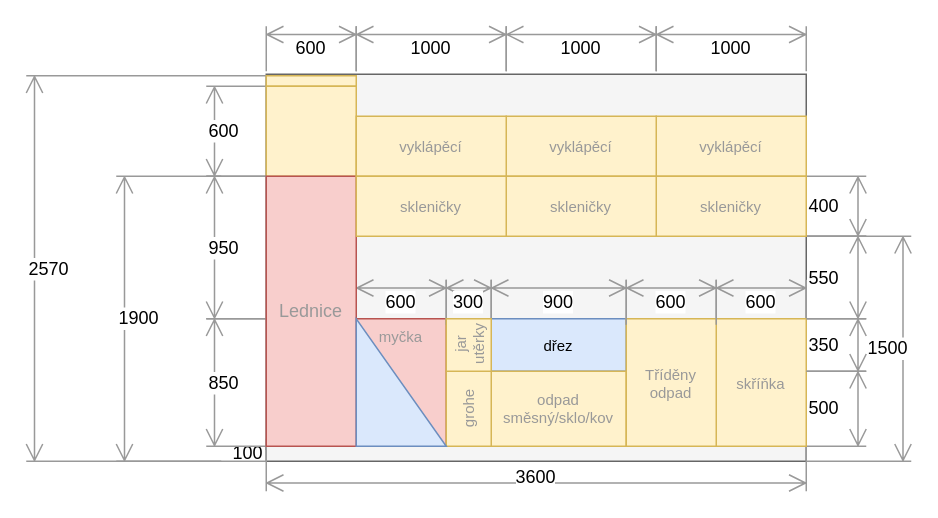
Earlier version of the draw.io diagram docs/src/static/drawings/kitchen.wall-watter.drawio (surquest/flat-renovation). Source tidied: cells renumbered, new cells numbered last; positions are measured from the earlier drawing's top-left corner, leaving out a move shared by most shapes. Both pictures are drawn from the tidied source at 150%, with x=0, y=0 at pixel (26, 26).
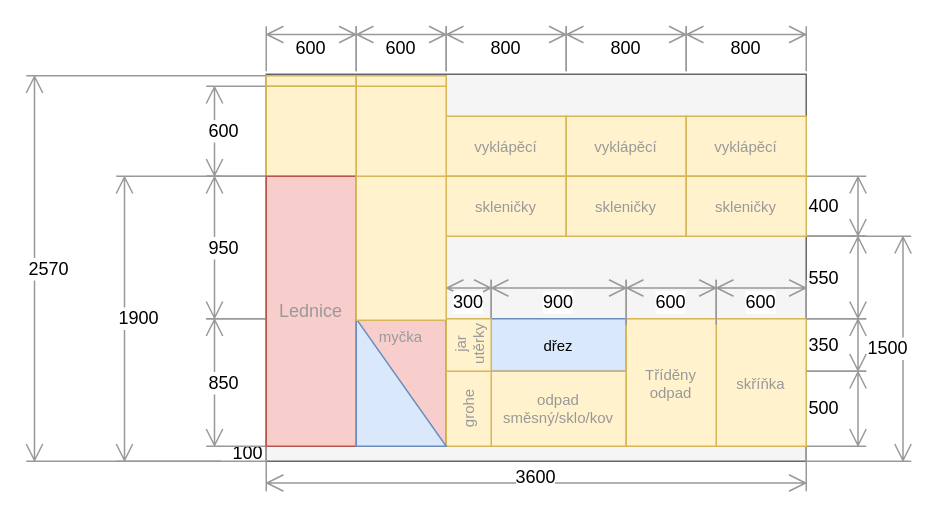
Above is the later version.

Commit message (it also covers changes not shown here):
Redraw kitchen

What changed in the source:
```diff
@@
-    <mxCell id="16" value="1000" style="shape=dimension;direction=west;whiteSpace=wrap;html=1;align=center;verticalAlign=middle;labelBackgroundColor=#ffffff;strokeColor=#999999;" parent="1" vertex="1">
-      <mxGeometry x="220" width="100" height="30" as="geometry" />
-    </mxCell>
-    <mxCell id="17" value="&lt;span style=&quot;color: rgb(153, 153, 153); font-size: 10px;&quot;&gt;vyklápěcí&lt;/span&gt;" style="rounded=0;whiteSpace=wrap;html=1;fillColor=#fff2cc;strokeColor=#d6b656;fontSize=10;" parent="1" vertex="1">
-      <mxGeometry x="420" y="60" width="100" height="40" as="geometry" />
-    </mxCell>
-    <mxCell id="18" value="&lt;span style=&quot;color: rgb(153, 153, 153); font-size: 10px;&quot;&gt;skleničky&lt;/span&gt;" style="rounded=0;whiteSpace=wrap;html=1;fillColor=#fff2cc;strokeColor=#d6b656;fontSize=10;" parent="1" vertex="1">
-      <mxGeometry x="420" y="100" width="100" height="40" as="geometry" />
-    </mxCell>
@@
-    <mxCell id="36" value="1000" style="shape=dimension;direction=west;whiteSpace=wrap;html=1;align=center;verticalAlign=middle;labelBackgroundColor=#ffffff;strokeColor=#999999;" parent="1" vertex="1">
-      <mxGeometry x="320" width="100" height="30" as="geometry" />
+    <mxCell id="36" value="800" style="shape=dimension;direction=west;whiteSpace=wrap;html=1;align=center;verticalAlign=middle;labelBackgroundColor=#ffffff;strokeColor=#999999;" parent="1" vertex="1">
+      <mxGeometry x="280" width="80" height="30" as="geometry" />
     </mxCell>
-    <mxCell id="37" value="1000" style="shape=dimension;direction=west;whiteSpace=wrap;html=1;align=center;verticalAlign=middle;labelBackgroundColor=#ffffff;strokeColor=#999999;" parent="1" vertex="1">
-      <mxGeometry x="420" width="100" height="30" as="geometry" />
-    </mxCell>
     <mxCell id="38" value="&lt;span style=&quot;color: rgb(153, 153, 153); font-size: 10px;&quot;&gt;vyklápěcí&lt;/span&gt;" style="rounded=0;whiteSpace=wrap;html=1;fillColor=#fff2cc;strokeColor=#d6b656;fontSize=10;" parent="1" vertex="1">
-      <mxGeometry x="320" y="60" width="100" height="40" as="geometry" />
+      <mxGeometry x="280" y="60" width="80" height="40" as="geometry" />
     </mxCell>
     <mxCell id="39" value="&lt;span style=&quot;color: rgb(153, 153, 153); font-size: 10px;&quot;&gt;skleničky&lt;/span&gt;" style="rounded=0;whiteSpace=wrap;html=1;fillColor=#fff2cc;strokeColor=#d6b656;fontSize=10;" parent="1" vertex="1">
-      <mxGeometry x="320" y="100" width="100" height="40" as="geometry" />
+      <mxGeometry x="280" y="100" width="80" height="40" as="geometry" />
     </mxCell>
-    <mxCell id="40" value="&lt;span style=&quot;color: rgb(153, 153, 153); font-size: 10px;&quot;&gt;vyklápěcí&lt;/span&gt;" style="rounded=0;whiteSpace=wrap;html=1;fillColor=#fff2cc;strokeColor=#d6b656;fontSize=10;" parent="1" vertex="1">
-      <mxGeometry x="220" y="60" width="100" height="40" as="geometry" />
-    </mxCell>
-    <mxCell id="41" value="&lt;span style=&quot;color: rgb(153, 153, 153); font-size: 10px;&quot;&gt;skleničky&lt;/span&gt;" style="rounded=0;whiteSpace=wrap;html=1;fillColor=#fff2cc;strokeColor=#d6b656;fontSize=10;" parent="1" vertex="1">
-      <mxGeometry x="220" y="100" width="100" height="40" as="geometry" />
-    </mxCell>
+    <mxCell id="42" style="rounded=0;whiteSpace=wrap;html=1;fillColor=#fff2cc;strokeColor=#d6b656;" parent="1" vertex="1">
+      <mxGeometry x="220" y="40" width="60" height="155" as="geometry" />
+    </mxCell>
+    <mxCell id="43" style="rounded=0;whiteSpace=wrap;html=1;fillColor=#fff2cc;strokeColor=#d6b656;" parent="1" vertex="1">
+      <mxGeometry x="220" y="33" width="60" height="7" as="geometry" />
+    </mxCell>
+    <mxCell id="44" value="600" style="shape=dimension;direction=west;whiteSpace=wrap;html=1;align=center;verticalAlign=middle;labelBackgroundColor=#ffffff;strokeColor=#999999;" parent="1" vertex="1">
+      <mxGeometry x="220" width="60" height="30" as="geometry" />
+    </mxCell>
+    <mxCell id="45" value="&lt;span style=&quot;color: rgb(153, 153, 153); font-size: 10px;&quot;&gt;vyklápěcí&lt;/span&gt;" style="rounded=0;whiteSpace=wrap;html=1;fillColor=#fff2cc;strokeColor=#d6b656;fontSize=10;" parent="1" vertex="1">
+      <mxGeometry x="360" y="60" width="80" height="40" as="geometry" />
+    </mxCell>
+    <mxCell id="46" value="&lt;span style=&quot;color: rgb(153, 153, 153); font-size: 10px;&quot;&gt;skleničky&lt;/span&gt;" style="rounded=0;whiteSpace=wrap;html=1;fillColor=#fff2cc;strokeColor=#d6b656;fontSize=10;" parent="1" vertex="1">
+      <mxGeometry x="360" y="100" width="80" height="40" as="geometry" />
+    </mxCell>
+    <mxCell id="47" value="&lt;span style=&quot;color: rgb(153, 153, 153); font-size: 10px;&quot;&gt;vyklápěcí&lt;/span&gt;" style="rounded=0;whiteSpace=wrap;html=1;fillColor=#fff2cc;strokeColor=#d6b656;fontSize=10;" parent="1" vertex="1">
+      <mxGeometry x="440" y="60" width="80" height="40" as="geometry" />
+    </mxCell>
+    <mxCell id="48" value="&lt;span style=&quot;color: rgb(153, 153, 153); font-size: 10px;&quot;&gt;skleničky&lt;/span&gt;" style="rounded=0;whiteSpace=wrap;html=1;fillColor=#fff2cc;strokeColor=#d6b656;fontSize=10;" parent="1" vertex="1">
+      <mxGeometry x="440" y="100" width="80" height="40" as="geometry" />
+    </mxCell>
+    <mxCell id="49" value="800" style="shape=dimension;direction=west;whiteSpace=wrap;html=1;align=center;verticalAlign=middle;labelBackgroundColor=#ffffff;strokeColor=#999999;" parent="1" vertex="1">
+      <mxGeometry x="360" width="80" height="30" as="geometry" />
+    </mxCell>
+    <mxCell id="50" value="800" style="shape=dimension;direction=west;whiteSpace=wrap;html=1;align=center;verticalAlign=middle;labelBackgroundColor=#ffffff;strokeColor=#999999;" parent="1" vertex="1">
+      <mxGeometry x="440" width="80" height="30" as="geometry" />
+    </mxCell>
+    <mxCell id="51" style="rounded=0;whiteSpace=wrap;html=1;fillColor=#fff2cc;strokeColor=#d6b656;" parent="1" vertex="1">
+      <mxGeometry x="220" y="100" width="60" height="96" as="geometry" />
+    </mxCell>
```
